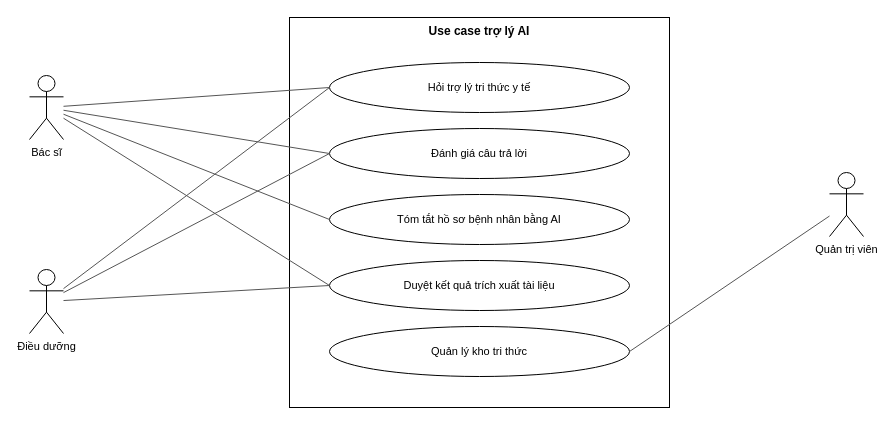
This is page "AI assistant use cases" (4 of 6) of docs/02-requirements/srs/dist/diagrams/04-use-case-diagrams.drawio from viethung12062005/smart-hospital-platform, a draw.io file, before an edit. Source tidied: cells renumbered, new cells numbered last; positions are measured from the earlier drawing's top-left corner, leaving out a move shared by most shapes. Both pictures are drawn from the tidied source at 100%, with x=0, y=0 at pixel (29, 17).
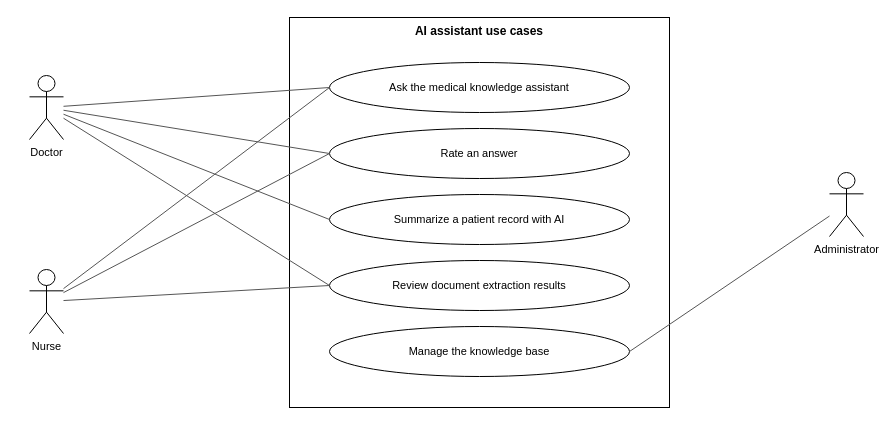
The same page after the edit.

Diff of the diagram source:
```diff
@@
 <mxGraphModel>
   <root>
     <mxCell id="0" />
     <mxCell id="1" parent="0" />
-    <mxCell id="2" value="&lt;b&gt;Use case trợ lý AI&lt;/b&gt;" style="rounded=0;whiteSpace=wrap;html=1;verticalAlign=top;fillColor=none;" parent="1" vertex="1">
+    <mxCell id="2" value="&lt;b&gt;AI assistant use cases&lt;/b&gt;" style="rounded=0;whiteSpace=wrap;html=1;verticalAlign=top;fillColor=none;" parent="1" vertex="1">
       <mxGeometry x="260" width="380" height="390" as="geometry" />
     </mxCell>
-    <mxCell id="3" value="Hỏi trợ lý tri thức y tế" style="ellipse;whiteSpace=wrap;html=1;fontSize=11;" parent="1" vertex="1">
+    <mxCell id="3" value="Ask the medical knowledge assistant" style="ellipse;whiteSpace=wrap;html=1;fontSize=11;" parent="1" vertex="1">
       <mxGeometry x="300" y="45" width="300" height="50" as="geometry" />
     </mxCell>
-    <mxCell id="4" value="Đánh giá câu trả lời" style="ellipse;whiteSpace=wrap;html=1;fontSize=11;" parent="1" vertex="1">
+    <mxCell id="4" value="Rate an answer" style="ellipse;whiteSpace=wrap;html=1;fontSize=11;" parent="1" vertex="1">
       <mxGeometry x="300" y="111" width="300" height="50" as="geometry" />
     </mxCell>
-    <mxCell id="5" value="Tóm tắt hồ sơ bệnh nhân bằng AI" style="ellipse;whiteSpace=wrap;html=1;fontSize=11;" parent="1" vertex="1">
+    <mxCell id="5" value="Summarize a patient record with AI" style="ellipse;whiteSpace=wrap;html=1;fontSize=11;" parent="1" vertex="1">
       <mxGeometry x="300" y="177" width="300" height="50" as="geometry" />
     </mxCell>
-    <mxCell id="6" value="Duyệt kết quả trích xuất tài liệu" style="ellipse;whiteSpace=wrap;html=1;fontSize=11;" parent="1" vertex="1">
+    <mxCell id="6" value="Review document extraction results" style="ellipse;whiteSpace=wrap;html=1;fontSize=11;" parent="1" vertex="1">
       <mxGeometry x="300" y="243" width="300" height="50" as="geometry" />
     </mxCell>
-    <mxCell id="7" value="Quản lý kho tri thức" style="ellipse;whiteSpace=wrap;html=1;fontSize=11;" parent="1" vertex="1">
+    <mxCell id="7" value="Manage the knowledge base" style="ellipse;whiteSpace=wrap;html=1;fontSize=11;" parent="1" vertex="1">
       <mxGeometry x="300" y="309" width="300" height="50" as="geometry" />
     </mxCell>
-    <mxCell id="8" value="Bác sĩ" style="shape=umlActor;verticalLabelPosition=bottom;verticalAlign=top;html=1;outlineConnect=0;fontSize=11;" parent="1" vertex="1">
+    <mxCell id="8" value="Doctor" style="shape=umlActor;verticalLabelPosition=bottom;verticalAlign=top;html=1;outlineConnect=0;fontSize=11;" parent="1" vertex="1">
       <mxGeometry y="58" width="34" height="64" as="geometry" />
     </mxCell>
-    <mxCell id="9" value="Điều dưỡng" style="shape=umlActor;verticalLabelPosition=bottom;verticalAlign=top;html=1;outlineConnect=0;fontSize=11;" parent="1" vertex="1">
+    <mxCell id="9" value="Nurse" style="shape=umlActor;verticalLabelPosition=bottom;verticalAlign=top;html=1;outlineConnect=0;fontSize=11;" parent="1" vertex="1">
       <mxGeometry y="252" width="34" height="64" as="geometry" />
     </mxCell>
-    <mxCell id="10" value="Quản trị viên" style="shape=umlActor;verticalLabelPosition=bottom;verticalAlign=top;html=1;outlineConnect=0;fontSize=11;" parent="1" vertex="1">
+    <mxCell id="10" value="Administrator" style="shape=umlActor;verticalLabelPosition=bottom;verticalAlign=top;html=1;outlineConnect=0;fontSize=11;" parent="1" vertex="1">
       <mxGeometry x="800" y="155" width="34" height="64" as="geometry" />
     </mxCell>
     <mxCell id="11" style="endArrow=none;html=1;rounded=0;strokeColor=#555555;entryDx=0;entryDy=0;entryX=0;entryY=0.5;" parent="1" edge="1" source="8" target="3">
       <mxGeometry relative="1" as="geometry" />
     </mxCell>
     <mxCell id="12" style="endArrow=none;html=1;rounded=0;strokeColor=#555555;entryDx=0;entryDy=0;entryX=0;entryY=0.5;" parent="1" edge="1" source="9" target="3">
       <mxGeometry relative="1" as="geometry" />
     </mxCell>
     <mxCell id="13" style="endArrow=none;html=1;rounded=0;strokeColor=#555555;entryDx=0;entryDy=0;entryX=0;entryY=0.5;" parent="1" edge="1" source="8" target="4">
       <mxGeometry relative="1" as="geometry" />
     </mxCell>
     <mxCell id="14" style="endArrow=none;html=1;rounded=0;strokeColor=#555555;entryDx=0;entryDy=0;entryX=0;entryY=0.5;" parent="1" edge="1" source="9" target="4">
       <mxGeometry relative="1" as="geometry" />
     </mxCell>
     <mxCell id="15" style="endArrow=none;html=1;rounded=0;strokeColor=#555555;entryDx=0;entryDy=0;entryX=0;entryY=0.5;" parent="1" edge="1" source="8" target="5">
       <mxGeometry relative="1" as="geometry" />
     </mxCell>
     <mxCell id="16" style="endArrow=none;html=1;rounded=0;strokeColor=#555555;entryDx=0;entryDy=0;entryX=0;entryY=0.5;" parent="1" edge="1" source="9" target="6">
       <mxGeometry relative="1" as="geometry" />
     </mxCell>
     <mxCell id="17" style="endArrow=none;html=1;rounded=0;strokeColor=#555555;entryDx=0;entryDy=0;entryX=0;entryY=0.5;" parent="1" edge="1" source="8" target="6">
       <mxGeometry relative="1" as="geometry" />
     </mxCell>
     <mxCell id="18" style="endArrow=none;html=1;rounded=0;strokeColor=#555555;entryDx=0;entryDy=0;entryX=1;entryY=0.5;" parent="1" edge="1" source="10" target="7">
       <mxGeometry relative="1" as="geometry" />
     </mxCell>
   </root>
 </mxGraphModel>
```
